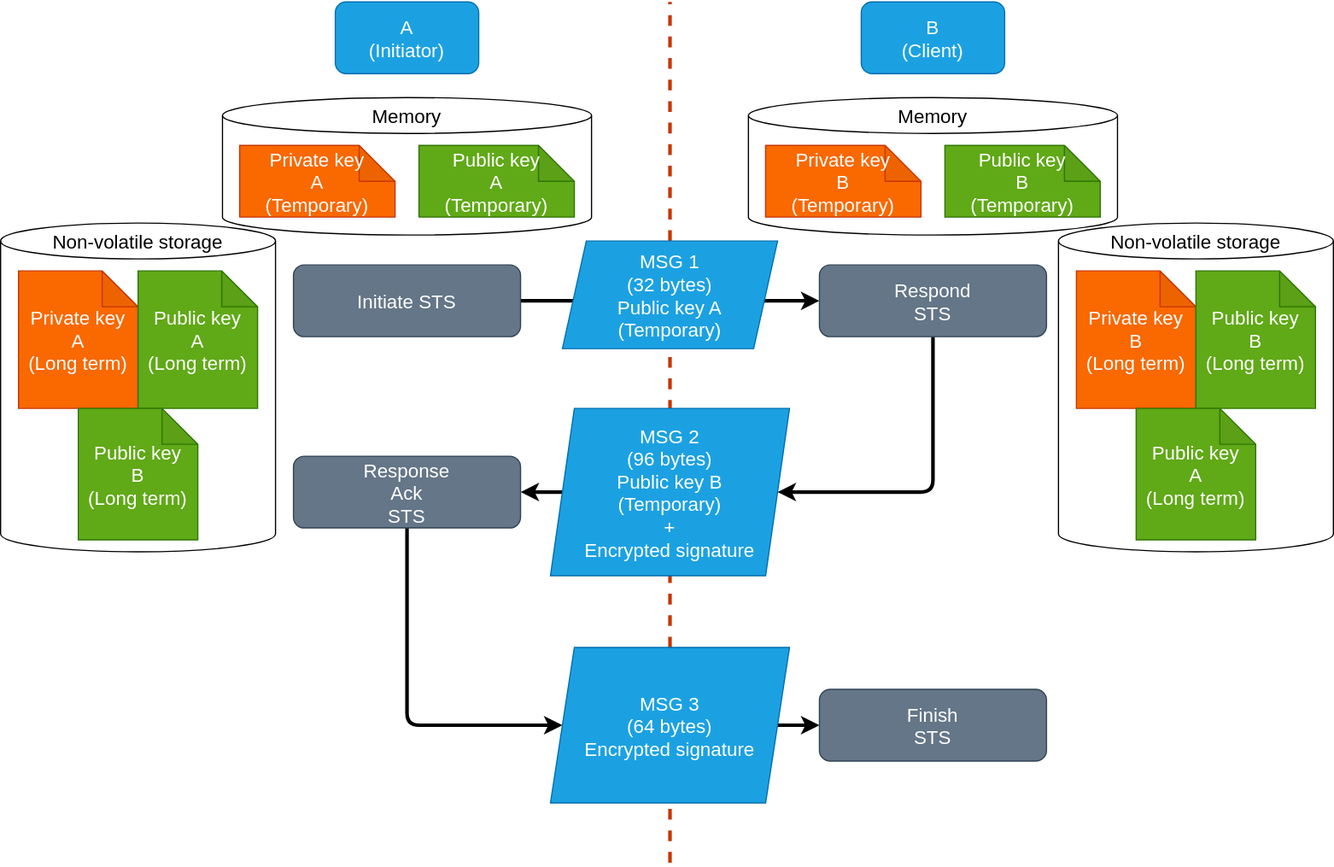
This is pics/key-exchange-simple.svg from colorglass/seL4_rpi4, a draw.io export, as it was before one commit. Source tidied: cells renumbered, new cells last; positions are measured from the earlier drawing's top-left corner, leaving out a move shared by most shapes.
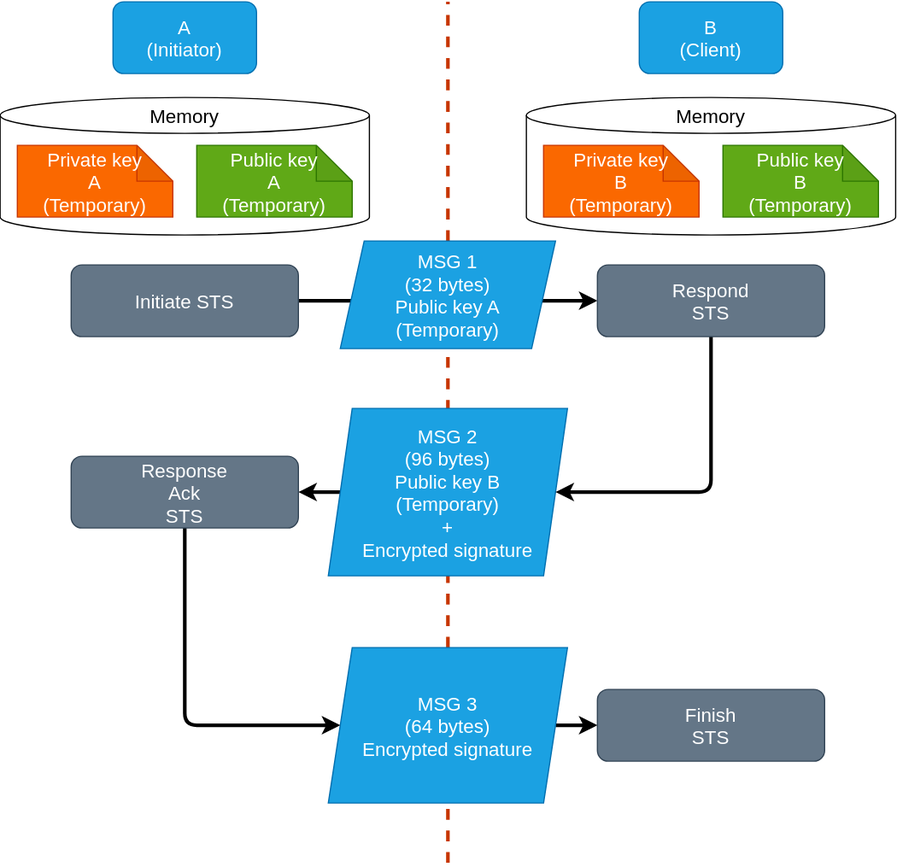
Later version of the same file.

Change to the diagram source:
```diff
@@ -5,12 +5,6 @@
     <mxCell id="2" style="shape=cylinder3;boundedLbl=1;backgroundOutline=1;size=15;" parent="1" vertex="1">
       <mxGeometry x="625.6" y="80" width="308.8" height="115" as="geometry" />
     </mxCell>
-    <mxCell id="3" style="shape=cylinder3;boundedLbl=1;backgroundOutline=1;size=15;" parent="1" vertex="1">
-      <mxGeometry x="885" y="185" width="230" height="275" as="geometry" />
-    </mxCell>
-    <mxCell id="4" style="shape=cylinder3;boundedLbl=1;backgroundOutline=1;size=15;" parent="1" vertex="1">
-      <mxGeometry y="185" width="230" height="275" as="geometry" />
-    </mxCell>
     <mxCell id="5" value="A&#10;(Initiator)" style="rounded=1;fontSize=16;fontColor=#ffffff;fillColor=#1ba1e2;strokeColor=#006EAF;" parent="1" vertex="1">
       <mxGeometry x="280" width="120" height="60" as="geometry" />
     </mxCell>
@@ -54,24 +48,6 @@
     <mxCell id="17" value="MSG 3&#10;(64 bytes)&#10;Encrypted signature" style="shape=parallelogram;perimeter=parallelogramPerimeter;fixedSize=1;fontSize=16;fillColor=#1ba1e2;fontColor=#ffffff;strokeColor=#006EAF;" parent="1" vertex="1">
       <mxGeometry x="460" y="540" width="200" height="130" as="geometry" />
     </mxCell>
-    <mxCell id="18" value="Private key&#10;A&#10;(Long term)" style="shape=note;backgroundOutline=1;darkOpacity=0.05;fillColor=#fa6800;fontColor=#FFFFFF;strokeColor=#C73500;fontSize=16;" parent="1" vertex="1">
-      <mxGeometry x="15" y="225" width="100" height="115" as="geometry" />
-    </mxCell>
-    <mxCell id="19" value="Public key&#10;A&#10;(Long term)" style="shape=note;backgroundOutline=1;darkOpacity=0.05;fillColor=#60a917;fontColor=#ffffff;strokeColor=#2D7600;fontSize=16;" parent="1" vertex="1">
-      <mxGeometry x="115" y="225" width="100" height="115" as="geometry" />
-    </mxCell>
-    <mxCell id="20" value="Public key&#10;B&#10;(Long term)" style="shape=note;backgroundOutline=1;darkOpacity=0.05;fillColor=#60a917;fontColor=#ffffff;strokeColor=#2D7600;fontSize=16;" parent="1" vertex="1">
-      <mxGeometry x="65" y="340" width="100" height="110" as="geometry" />
-    </mxCell>
-    <mxCell id="21" value="Private key&#10;B&#10;(Long term)" style="shape=note;backgroundOutline=1;darkOpacity=0.05;fillColor=#fa6800;fontColor=#FFFFFF;strokeColor=#C73500;fontSize=16;" parent="1" vertex="1">
-      <mxGeometry x="900" y="225" width="100" height="115" as="geometry" />
-    </mxCell>
-    <mxCell id="22" value="Public key&#10;B&#10;(Long term)" style="shape=note;backgroundOutline=1;darkOpacity=0.05;fillColor=#60a917;fontColor=#ffffff;strokeColor=#2D7600;fontSize=16;" parent="1" vertex="1">
-      <mxGeometry x="1000" y="225" width="100" height="115" as="geometry" />
-    </mxCell>
-    <mxCell id="23" value="Public key&#10;A&#10;(Long term)" style="shape=note;backgroundOutline=1;darkOpacity=0.05;fillColor=#60a917;fontColor=#ffffff;strokeColor=#2D7600;fontSize=16;" parent="1" vertex="1">
-      <mxGeometry x="950" y="340" width="100" height="110" as="geometry" />
-    </mxCell>
     <mxCell id="24" style="edgeStyle=none;exitX=0.5;exitY=1;exitDx=0;exitDy=0;entryX=1;entryY=0.5;entryDx=0;entryDy=0;fontSize=16;strokeWidth=3;" parent="1" edge="1" source="25" target="14">
       <mxGeometry relative="1" as="geometry">
         <Array as="points">
@@ -92,12 +68,6 @@
     <mxCell id="27" value="Response&#10;Ack&#10;STS" style="rounded=1;fillColor=#647687;fontColor=#ffffff;strokeColor=#314354;fontSize=16;" parent="1" vertex="1">
       <mxGeometry x="245" y="380" width="190" height="60" as="geometry" />
     </mxCell>
-    <mxCell id="28" value="Non-volatile storage" style="text;strokeColor=none;fillColor=none;align=center;verticalAlign=middle;rounded=0;fontSize=16;" parent="1" vertex="1">
-      <mxGeometry x="30" y="185" width="170" height="30" as="geometry" />
-    </mxCell>
-    <mxCell id="29" value="Non-volatile storage" style="text;strokeColor=none;fillColor=none;align=center;verticalAlign=middle;rounded=0;fontSize=16;" parent="1" vertex="1">
-      <mxGeometry x="915" y="185" width="170" height="30" as="geometry" />
-    </mxCell>
     <mxCell id="30" style="shape=cylinder3;boundedLbl=1;backgroundOutline=1;size=15;" parent="1" vertex="1">
       <mxGeometry x="185.6" y="80" width="308.8" height="115" as="geometry" />
     </mxCell>
```
